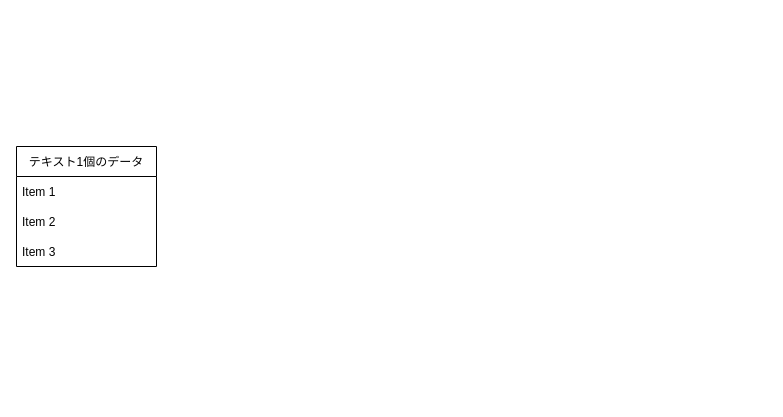
illionillion/RagnarokApples keeps this draw.io diagram as test.dio. Above is the earlier version. Source tidied: cells renumbered, new cells numbered last; positions are measured from the earlier drawing's top-left corner, leaving out a move shared by most shapes. Both pictures are drawn from the tidied source at 100%, with x=0, y=0 at pixel (16, 146).
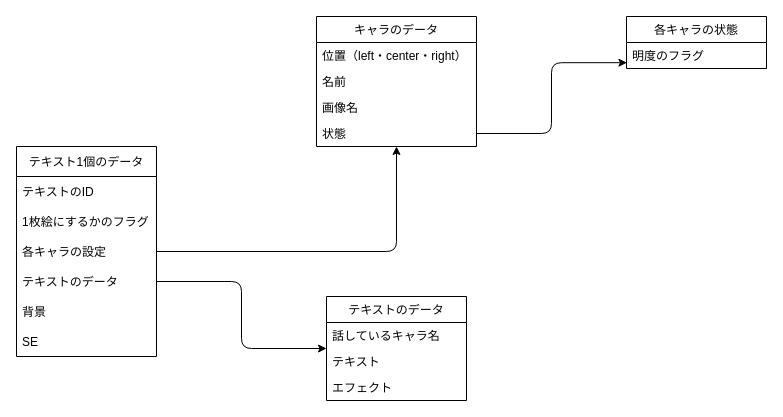
Above is the later version.

Diff of the diagram source:
```diff
@@
     <mxCell id="2" value="テキスト1個のデータ" style="swimlane;fontStyle=0;horizontal=1;startSize=30;" parent="1" vertex="1">
-      <mxGeometry width="140" height="120" as="geometry" />
+      <mxGeometry width="140" height="210" as="geometry" />
     </mxCell>
-    <mxCell id="3" value="Item 1" style="text;strokeColor=none;fillColor=none;align=left;verticalAlign=middle;spacingLeft=4;spacingRight=4;overflow=hidden;" parent="2" vertex="1">
+    <mxCell id="3" value="テキストのID" style="text;strokeColor=none;fillColor=none;align=left;verticalAlign=middle;spacingLeft=4;spacingRight=4;overflow=hidden;" parent="2" vertex="1">
       <mxGeometry y="30" width="140" height="30" as="geometry" />
     </mxCell>
-    <mxCell id="4" value="Item 2" style="text;strokeColor=none;fillColor=none;align=left;verticalAlign=middle;spacingLeft=4;spacingRight=4;overflow=hidden;" parent="2" vertex="1">
+    <mxCell id="4" value="1枚絵にするかのフラグ" style="text;strokeColor=none;fillColor=none;align=left;verticalAlign=middle;spacingLeft=4;spacingRight=4;overflow=hidden;" parent="2" vertex="1">
       <mxGeometry y="60" width="140" height="30" as="geometry" />
     </mxCell>
-    <mxCell id="5" value="Item 3" style="text;strokeColor=none;fillColor=none;align=left;verticalAlign=middle;spacingLeft=4;spacingRight=4;overflow=hidden;points=[[0,0.5],[1,0.5]];portConstraint=eastwest;" parent="2" vertex="1">
+    <mxCell id="5" value="各キャラの設定" style="text;strokeColor=none;fillColor=none;align=left;verticalAlign=middle;spacingLeft=4;spacingRight=4;overflow=hidden;points=[[0,0.5],[1,0.5]];portConstraint=eastwest;" parent="2" vertex="1">
       <mxGeometry y="90" width="140" height="30" as="geometry" />
     </mxCell>
+    <mxCell id="6" value="テキストのデータ" style="text;strokeColor=none;fillColor=none;align=left;verticalAlign=middle;spacingLeft=4;spacingRight=4;overflow=hidden;points=[[0,0.5],[1,0.5]];portConstraint=eastwest;" parent="2" vertex="1">
+      <mxGeometry y="120" width="140" height="30" as="geometry" />
+    </mxCell>
+    <mxCell id="7" value="背景" style="text;strokeColor=none;fillColor=none;align=left;verticalAlign=middle;spacingLeft=4;spacingRight=4;overflow=hidden;" parent="2" vertex="1">
+      <mxGeometry y="150" width="140" height="30" as="geometry" />
+    </mxCell>
+    <mxCell id="8" value="SE" style="text;strokeColor=none;fillColor=none;align=left;verticalAlign=middle;spacingLeft=4;spacingRight=4;overflow=hidden;" parent="2" vertex="1">
+      <mxGeometry y="180" width="140" height="30" as="geometry" />
+    </mxCell>
+    <mxCell id="9" value="キャラのデータ" style="swimlane;fontStyle=0;horizontal=1;startSize=26;fillColor=none;" parent="1" vertex="1">
+      <mxGeometry x="300" y="-130" width="160" height="130" as="geometry" />
+    </mxCell>
+    <mxCell id="10" value="位置（left・center・right）" style="text;strokeColor=none;fillColor=none;align=left;verticalAlign=top;spacingLeft=4;spacingRight=4;overflow=hidden;" parent="9" vertex="1">
+      <mxGeometry y="26" width="160" height="26" as="geometry" />
+    </mxCell>
+    <mxCell id="11" value="名前" style="text;strokeColor=none;fillColor=none;align=left;verticalAlign=top;spacingLeft=4;spacingRight=4;overflow=hidden;" parent="9" vertex="1">
+      <mxGeometry y="52" width="160" height="26" as="geometry" />
+    </mxCell>
+    <mxCell id="12" value="画像名" style="text;strokeColor=none;fillColor=none;align=left;verticalAlign=top;spacingLeft=4;spacingRight=4;overflow=hidden;" parent="9" vertex="1">
+      <mxGeometry y="78" width="160" height="26" as="geometry" />
+    </mxCell>
+    <mxCell id="13" value="状態&#10;" style="text;strokeColor=none;fillColor=none;align=left;verticalAlign=top;spacingLeft=4;spacingRight=4;overflow=hidden;points=[[0,0.5],[1,0.5]];portConstraint=eastwest;" parent="9" vertex="1">
+      <mxGeometry y="104" width="160" height="26" as="geometry" />
+    </mxCell>
+    <mxCell id="14" style="edgeStyle=orthogonalEdgeStyle;html=1;exitX=1;exitY=0.5;exitDx=0;exitDy=0;" parent="1" edge="1" source="5" target="9">
+      <mxGeometry relative="1" as="geometry" />
+    </mxCell>
+    <mxCell id="15" value="各キャラの状態" style="swimlane;fontStyle=0;horizontal=1;startSize=26;fillColor=none;" parent="1" vertex="1">
+      <mxGeometry x="610" y="-130" width="140" height="52" as="geometry" />
+    </mxCell>
+    <mxCell id="16" value="明度のフラグ" style="text;strokeColor=none;fillColor=none;align=left;verticalAlign=top;spacingLeft=4;spacingRight=4;overflow=hidden;points=[[0,0.5],[1,0.5]];portConstraint=eastwest;" parent="15" vertex="1">
+      <mxGeometry y="26" width="140" height="26" as="geometry" />
+    </mxCell>
+    <mxCell id="17" style="edgeStyle=orthogonalEdgeStyle;html=1;exitX=1;exitY=0.5;exitDx=0;exitDy=0;entryX=0.003;entryY=0.777;entryDx=0;entryDy=0;entryPerimeter=0;" parent="1" edge="1" source="13" target="16">
+      <mxGeometry relative="1" as="geometry" />
+    </mxCell>
+    <mxCell id="18" value="テキストのデータ" style="swimlane;fontStyle=0;horizontal=1;startSize=26;fillColor=none;" parent="1" vertex="1">
+      <mxGeometry x="310" y="150" width="140" height="104" as="geometry" />
+    </mxCell>
+    <mxCell id="19" value="話しているキャラ名" style="text;strokeColor=none;fillColor=none;align=left;verticalAlign=top;spacingLeft=4;spacingRight=4;overflow=hidden;" parent="18" vertex="1">
+      <mxGeometry y="26" width="140" height="26" as="geometry" />
+    </mxCell>
+    <mxCell id="20" value="テキスト" style="text;strokeColor=none;fillColor=none;align=left;verticalAlign=top;spacingLeft=4;spacingRight=4;overflow=hidden;" parent="18" vertex="1">
+      <mxGeometry y="52" width="140" height="26" as="geometry" />
+    </mxCell>
+    <mxCell id="21" value="エフェクト" style="text;strokeColor=none;fillColor=none;align=left;verticalAlign=top;spacingLeft=4;spacingRight=4;overflow=hidden;" parent="18" vertex="1">
+      <mxGeometry y="78" width="140" height="26" as="geometry" />
+    </mxCell>
+    <mxCell id="22" style="edgeStyle=orthogonalEdgeStyle;html=1;exitX=1;exitY=0.5;exitDx=0;exitDy=0;" parent="1" edge="1" source="6" target="18">
+      <mxGeometry relative="1" as="geometry" />
+    </mxCell>
```
